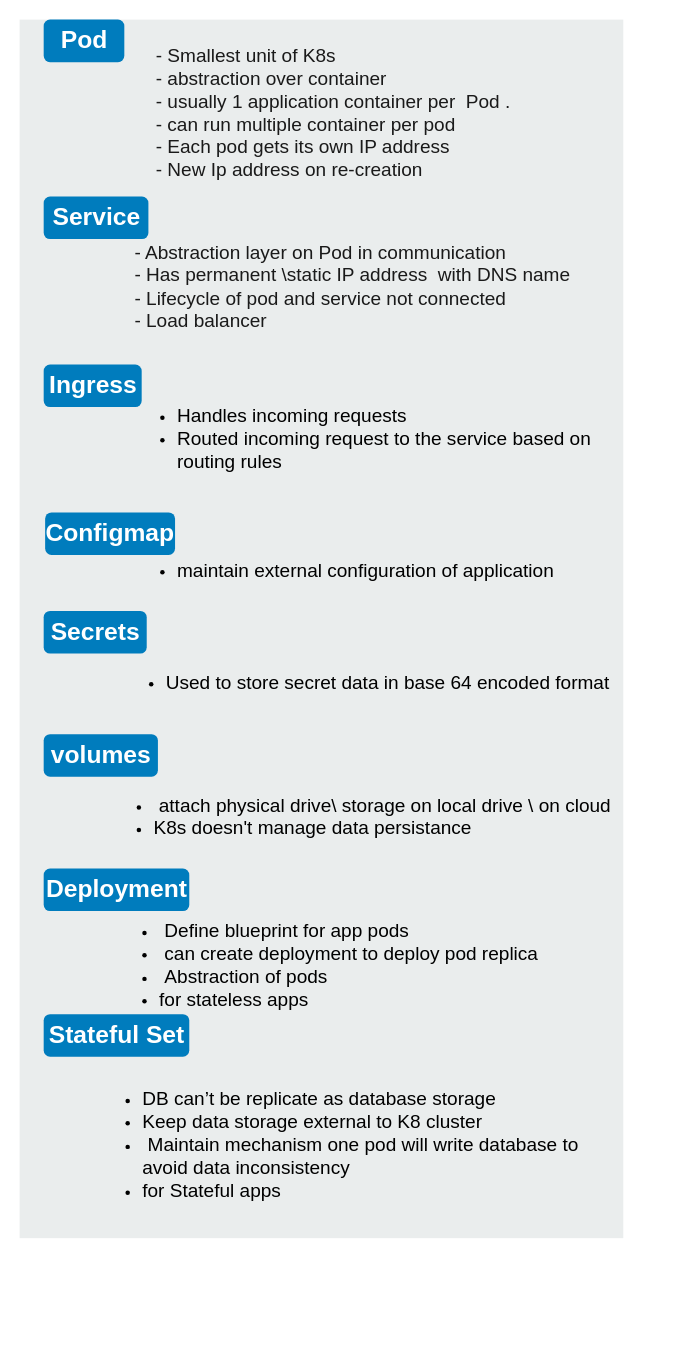
KollaRajesh/AzureTechDayDemo-ContainerOrchestrators-K8s-AKS keeps this draw.io diagram as page "K8s Components" (4 of 7) of Untitled Diagram.drawio. Above is the earlier version. Source tidied: cells renumbered, new cells numbered last; positions are measured from the earlier drawing's top-left corner, leaving out a move shared by most shapes. Both pictures are drawn from the tidied source at 112%, with x=0, y=0 at pixel (19, 19).
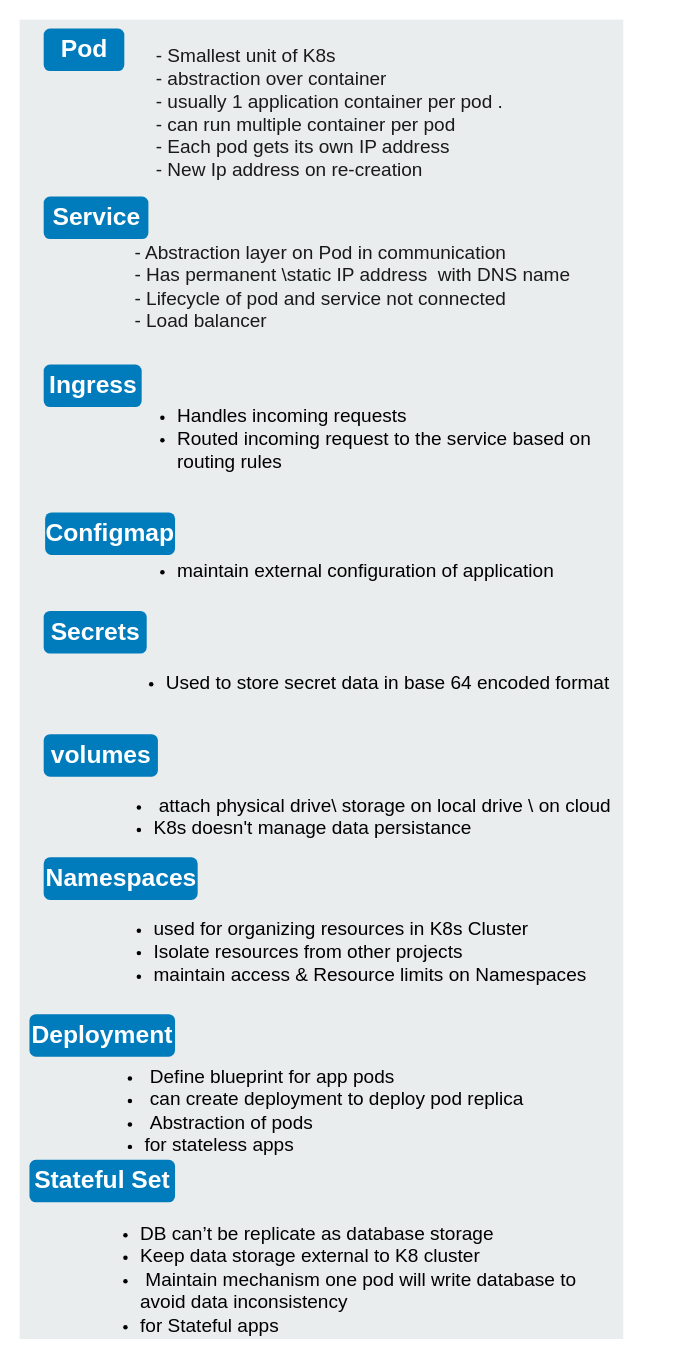
Above is the later version.

Change to the diagram source:
```diff
@@
     <mxCell id="2" style="rounded=0;whiteSpace=wrap;html=1;fillColor=#EAEDED;fontSize=22;fontColor=#FFFFFF;strokeColor=none;labelBackgroundColor=none;" parent="1" vertex="1">
-      <mxGeometry width="539" height="1088" as="geometry" />
+      <mxGeometry width="539" height="1178" as="geometry" />
     </mxCell>
     <mxCell id="3" value="Pod" style="rounded=1;whiteSpace=wrap;html=1;fillColor=#007CBD;strokeColor=none;fontColor=#FFFFFF;fontStyle=1;fontSize=22;labelBackgroundColor=none;" parent="1" vertex="1">
-      <mxGeometry x="21.5" width="72" height="38" as="geometry" />
+      <mxGeometry x="21.5" y="8" width="72" height="38" as="geometry" />
     </mxCell>
@@
     <mxCell id="9" value="Deployment" style="rounded=1;whiteSpace=wrap;html=1;fillColor=#007CBD;strokeColor=none;fontColor=#FFFFFF;fontStyle=1;fontSize=22;labelBackgroundColor=none;" parent="1" vertex="1">
-      <mxGeometry x="21.5" y="758" width="130" height="38" as="geometry" />
+      <mxGeometry x="8.8" y="888" width="130" height="38" as="geometry" />
     </mxCell>
-    <mxCell id="10" value="&lt;span&gt;&lt;font color=&quot;#1a1a1a&quot;&gt;&lt;span style=&quot;font-size: 17px&quot;&gt;&amp;nbsp;&lt;/span&gt;&lt;br&gt;&lt;div&gt;&lt;span style=&quot;font-size: 17px&quot;&gt;-&lt;span&gt; &lt;/span&gt;Smallest unit of K8s&lt;/span&gt;&lt;/div&gt;&lt;div&gt;&lt;span style=&quot;font-size: 17px&quot;&gt;-&lt;span&gt; &lt;/span&gt;abstraction over container&amp;nbsp;&lt;/span&gt;&lt;/div&gt;&lt;div&gt;&lt;span style=&quot;font-size: 17px&quot;&gt;-&lt;span&gt; &lt;/span&gt;usually 1 application container per&amp;nbsp; Pod .&amp;nbsp;&lt;/span&gt;&lt;/div&gt;&lt;div&gt;&lt;span style=&quot;font-size: 17px&quot;&gt;-&lt;span&gt; &lt;/span&gt; can run multiple container per pod&amp;nbsp;&lt;/span&gt;&lt;/div&gt;&lt;div&gt;&lt;span style=&quot;font-size: 17px&quot;&gt;-&lt;span&gt; &lt;/span&gt;Each pod gets its own IP address&amp;nbsp;&lt;/span&gt;&lt;/div&gt;&lt;div&gt;&lt;span style=&quot;font-size: 17px&quot;&gt;-&lt;span&gt; &lt;/span&gt; New Ip address on re-creation&amp;nbsp;&lt;/span&gt;&lt;/div&gt;&lt;div style=&quot;font-size: 17px&quot;&gt;&lt;br&gt;&lt;/div&gt;&lt;/font&gt;&lt;/span&gt;" style="text;html=1;align=left;verticalAlign=top;spacingTop=-4;fontSize=14;labelBackgroundColor=none;whiteSpace=wrap;" parent="1" vertex="1">
+    <mxCell id="10" value="&lt;span&gt;&lt;font color=&quot;#1a1a1a&quot;&gt;&lt;span style=&quot;font-size: 17px&quot;&gt;&amp;nbsp;&lt;/span&gt;&lt;br&gt;&lt;div&gt;&lt;span style=&quot;font-size: 17px&quot;&gt;-&lt;span&gt; &lt;/span&gt;Smallest unit of K8s&lt;/span&gt;&lt;/div&gt;&lt;div&gt;&lt;span style=&quot;font-size: 17px&quot;&gt;-&lt;span&gt; &lt;/span&gt;abstraction over container&amp;nbsp;&lt;/span&gt;&lt;/div&gt;&lt;div&gt;&lt;span style=&quot;font-size: 17px&quot;&gt;-&lt;span&gt; &lt;/span&gt;usually 1 application container per pod .&amp;nbsp;&lt;/span&gt;&lt;/div&gt;&lt;div&gt;&lt;span style=&quot;font-size: 17px&quot;&gt;-&lt;span&gt; &lt;/span&gt; can run multiple container per pod&amp;nbsp;&lt;/span&gt;&lt;/div&gt;&lt;div&gt;&lt;span style=&quot;font-size: 17px&quot;&gt;-&lt;span&gt; &lt;/span&gt;Each pod gets its own IP address&amp;nbsp;&lt;/span&gt;&lt;/div&gt;&lt;div&gt;&lt;span style=&quot;font-size: 17px&quot;&gt;-&lt;span&gt; &lt;/span&gt; New Ip address on re-creation&amp;nbsp;&lt;/span&gt;&lt;/div&gt;&lt;div style=&quot;font-size: 17px&quot;&gt;&lt;br&gt;&lt;/div&gt;&lt;/font&gt;&lt;/span&gt;" style="text;html=1;align=left;verticalAlign=top;spacingTop=-4;fontSize=14;labelBackgroundColor=none;whiteSpace=wrap;" parent="1" vertex="1">
       <mxGeometry x="120" width="449" height="158" as="geometry" />
     </mxCell>
@@
     <mxCell id="16" value="&lt;ul&gt;&lt;li&gt;&lt;span style=&quot;font-size: 17px&quot;&gt;&amp;nbsp;&lt;/span&gt;&lt;span style=&quot;font-size: 17px&quot;&gt;Define blueprint for app pods&amp;nbsp;&lt;/span&gt;&lt;br&gt;&lt;/li&gt;&lt;li&gt;&lt;span style=&quot;font-size: 17px&quot;&gt;&amp;nbsp;can create deployment to deploy pod replica&lt;/span&gt;&lt;/li&gt;&lt;li&gt;&lt;span style=&quot;font-size: 17px&quot;&gt;&lt;span&gt;&amp;nbsp;&lt;/span&gt;Abstraction of pods&amp;nbsp;&lt;br&gt;&lt;/span&gt;&lt;/li&gt;&lt;li&gt;&lt;span style=&quot;font-size: 17px&quot;&gt;for stateless apps&lt;/span&gt;&lt;/li&gt;&lt;/ul&gt;" style="text;html=1;align=left;verticalAlign=top;spacingTop=-4;fontSize=14;labelBackgroundColor=none;whiteSpace=wrap;" parent="1" vertex="1">
-      <mxGeometry x="83" y="788" width="460" height="79" as="geometry" />
+      <mxGeometry x="70.2" y="918" width="460" height="79" as="geometry" />
     </mxCell>
     <mxCell id="17" value="Stateful Set" style="rounded=1;whiteSpace=wrap;html=1;fillColor=#007CBD;strokeColor=none;fontColor=#FFFFFF;fontStyle=1;fontSize=22;labelBackgroundColor=none;" parent="1" vertex="1">
-      <mxGeometry x="21.5" y="888" width="130" height="38" as="geometry" />
+      <mxGeometry x="8.8" y="1018" width="130" height="38" as="geometry" />
     </mxCell>
     <mxCell id="18" value="&lt;ul&gt;&lt;li&gt;&lt;span style=&quot;font-size: 17px&quot;&gt;DB can’t be replicate as database storage&amp;nbsp;&lt;/span&gt;&lt;/li&gt;&lt;li&gt;&lt;span style=&quot;font-size: 17px&quot;&gt;Keep data storage external to K8 cluster&lt;/span&gt;&lt;/li&gt;&lt;li&gt;&lt;span style=&quot;font-size: 17px&quot;&gt;&lt;span&gt;&amp;nbsp;&lt;/span&gt;Maintain mechanism one pod will write database to avoid data inconsistency&amp;nbsp;&lt;/span&gt;&lt;/li&gt;&lt;li&gt;&lt;span style=&quot;font-size: 17px&quot;&gt;for Stateful apps&lt;/span&gt;&lt;/li&gt;&lt;/ul&gt;" style="text;html=1;align=left;verticalAlign=top;spacingTop=-4;fontSize=14;labelBackgroundColor=none;whiteSpace=wrap;" parent="1" vertex="1">
-      <mxGeometry x="67.5" y="938" width="460" height="110" as="geometry" />
+      <mxGeometry x="66.2" y="1058" width="460" height="110" as="geometry" />
     </mxCell>
+    <mxCell id="19" value="Namespaces" style="rounded=1;whiteSpace=wrap;html=1;fillColor=#007CBD;strokeColor=none;fontColor=#FFFFFF;fontStyle=1;fontSize=22;labelBackgroundColor=none;" parent="1" vertex="1">
+      <mxGeometry x="21.5" y="748" width="137.5" height="38" as="geometry" />
+    </mxCell>
+    <mxCell id="20" value="&lt;ul&gt;&lt;li&gt;&lt;span style=&quot;font-size: 17px&quot;&gt;used for organizing resources in K8s Cluster&lt;/span&gt;&lt;/li&gt;&lt;li&gt;&lt;span style=&quot;font-size: 17px&quot;&gt;Isolate resources from other projects&amp;nbsp;&lt;/span&gt;&lt;/li&gt;&lt;li&gt;&lt;span style=&quot;font-size: 17px&quot;&gt;maintain access &amp;amp; Resource limits on Namespaces&lt;/span&gt;&lt;/li&gt;&lt;/ul&gt;" style="text;html=1;align=left;verticalAlign=top;spacingTop=-4;fontSize=14;labelBackgroundColor=none;whiteSpace=wrap;" parent="1" vertex="1">
+      <mxGeometry x="77.5" y="786" width="460" height="79" as="geometry" />
+    </mxCell>
```
